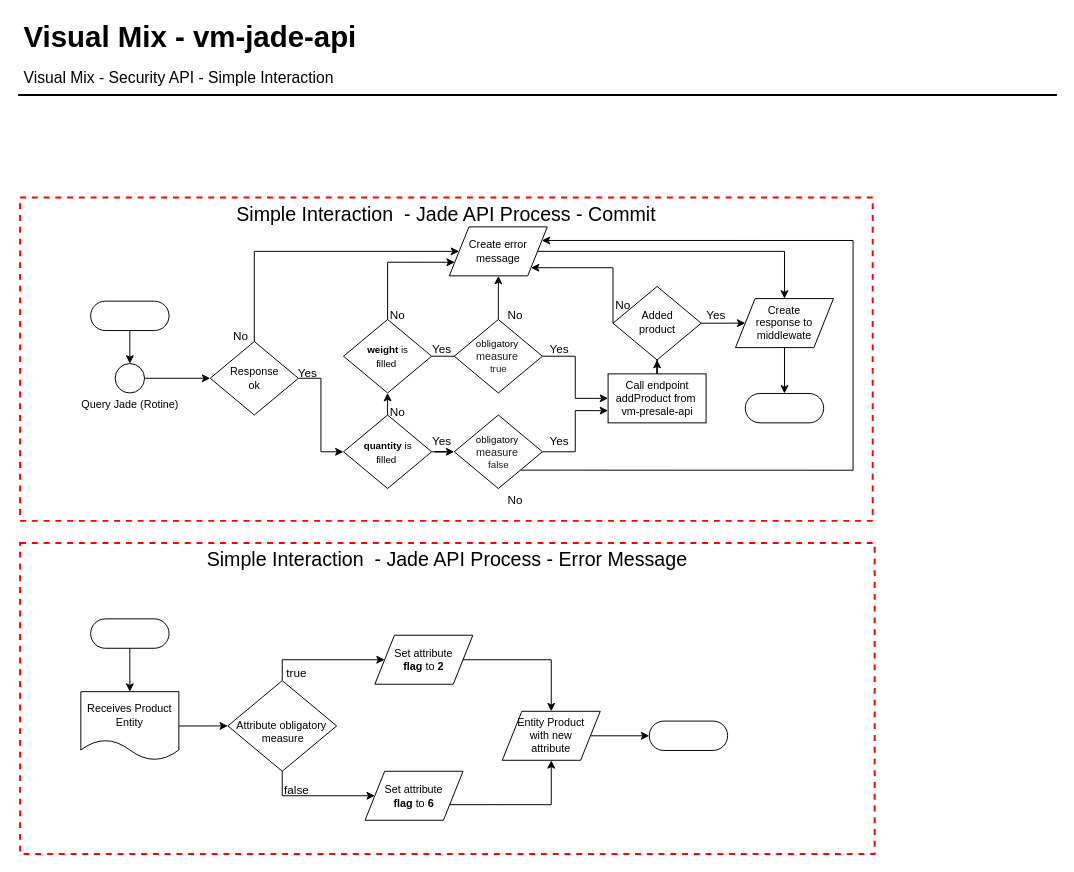
The draw.io diagram page "Simple Commit Interaction" (3 of 4) of vm-jade-api.drawio in Wiu0/diagram, before the edit. Source tidied: cells renumbered, new cells numbered last; positions are measured from the earlier drawing's top-left corner, leaving out a move shared by most shapes. Both pictures are drawn from the tidied source at 98%, with x=0, y=0 at pixel (18, 17).
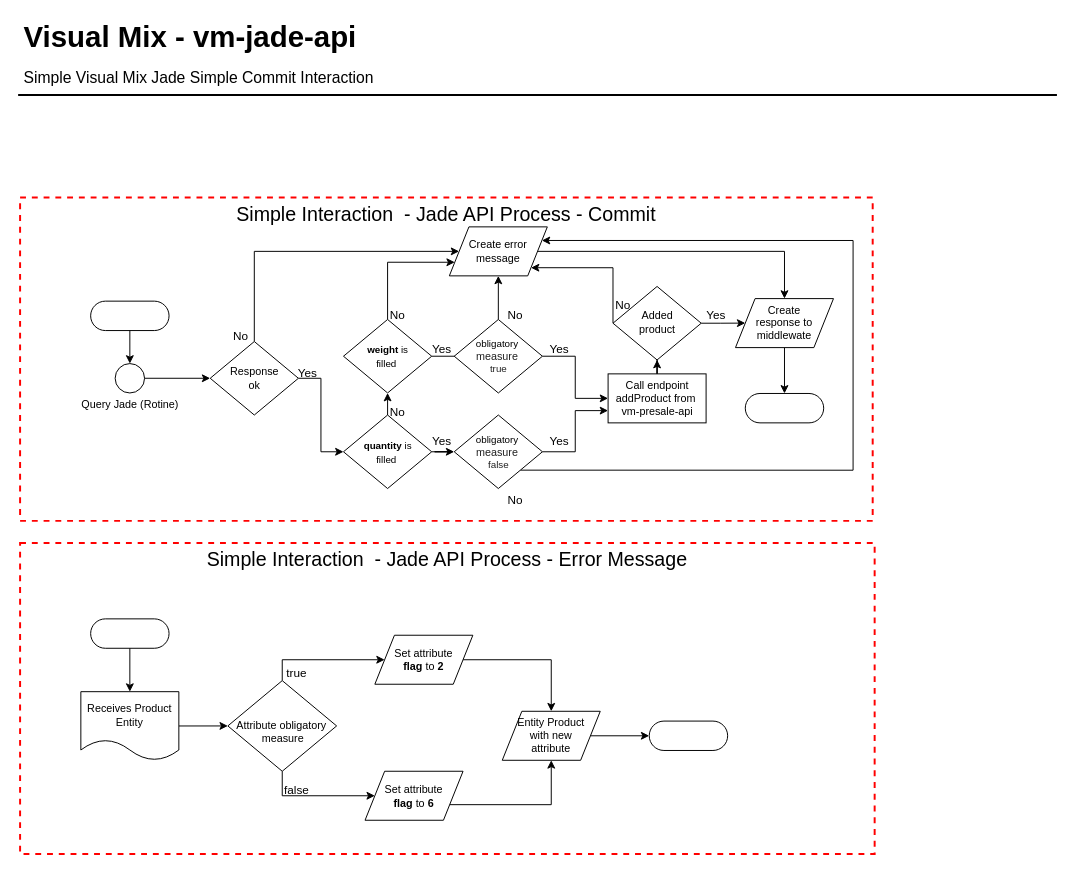
After the change.

The change refers to these unchanged cells:
```xml
<mxCell id="2" style="group;" parent="1" vertex="1">
  <mxGeometry y="-0.5" width="1060" height="85" as="geometry" />
</mxCell>
```

What changed in the source:
```diff
@@
-    <mxCell id="4" value="Visual Mix - Security API - Simple Interaction" style="text;html=1;align=left;verticalAlign=top;spacingTop=-4;fontSize=16;" parent="2" vertex="1">
-      <mxGeometry x="4" y="50" width="330" height="20" as="geometry" />
-    </mxCell>
@@
+    <mxCell id="65" value="Simple Visual Mix Jade Simple Commit Interaction" style="text;html=1;align=left;verticalAlign=top;spacingTop=-4;fontSize=16;" parent="1" vertex="1">
+      <mxGeometry x="4" y="49.5" width="370" height="20" as="geometry" />
+    </mxCell>
```
